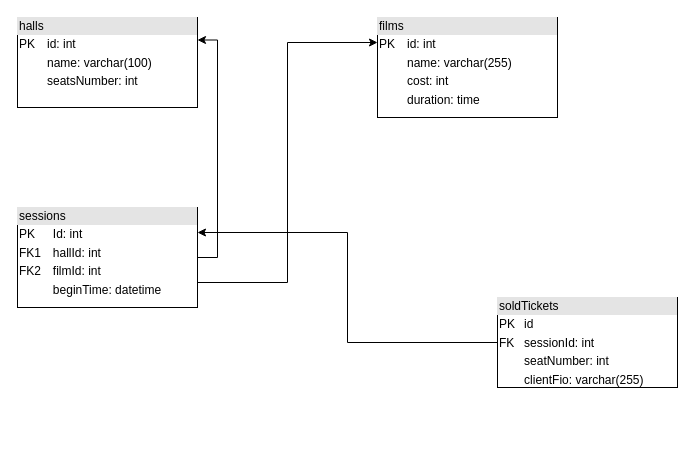
This is cinema_database_uml_diagram.drawio from otusteamedu/PHP_2023, a draw.io file, before an edit. Source tidied: cells renumbered, new cells numbered last; positions are measured from the earlier drawing's top-left corner, leaving out a move shared by most shapes. Both pictures are drawn from the tidied source at 100%, with x=0, y=0 at pixel (17, 17).
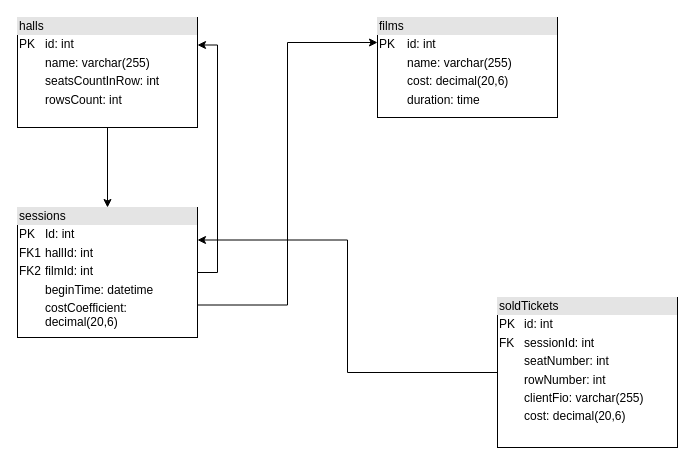
Above is the later version.

Commit message (it also covers changes not shown here):
Доработал схему БД и переделал запрос на получение самого прибыльного фильма

Diff of the diagram source:
```diff
@@
 <mxGraphModel>
   <root>
     <mxCell id="0" />
     <mxCell id="1" parent="0" />
+    <mxCell id="9" style="edgeStyle=orthogonalEdgeStyle;rounded=0;jettySize=auto;html=1;" parent="1" edge="1" source="2" target="6">
+      <mxGeometry relative="1" as="geometry" />
+    </mxCell>
-    <mxCell id="2" value="&lt;div style=&quot;box-sizing:border-box;width:100%;background:#e4e4e4;padding:2px;&quot;&gt;halls&lt;/div&gt;&lt;table style=&quot;width:100%;font-size:1em;&quot; cellpadding=&quot;2&quot; cellspacing=&quot;0&quot;&gt;&lt;tbody&gt;&lt;tr&gt;&lt;td&gt;PK&lt;/td&gt;&lt;td&gt;id: int&lt;/td&gt;&lt;/tr&gt;&lt;tr&gt;&lt;td&gt;&lt;br&gt;&lt;/td&gt;&lt;td&gt;name: varchar(100)&lt;/td&gt;&lt;/tr&gt;&lt;tr&gt;&lt;td&gt;&lt;/td&gt;&lt;td&gt;seatsNumber: int&lt;/td&gt;&lt;/tr&gt;&lt;/tbody&gt;&lt;/table&gt;" style="verticalAlign=top;align=left;overflow=fill;html=1;whiteSpace=wrap;" parent="1" vertex="1">
-      <mxGeometry width="180" height="90" as="geometry" />
+    <mxCell id="2" value="&lt;div style=&quot;box-sizing:border-box;width:100%;background:#e4e4e4;padding:2px;&quot;&gt;halls&lt;/div&gt;&lt;table style=&quot;width:100%;font-size:1em;&quot; cellpadding=&quot;2&quot; cellspacing=&quot;0&quot;&gt;&lt;tbody&gt;&lt;tr&gt;&lt;td&gt;PK&lt;/td&gt;&lt;td&gt;id: int&lt;/td&gt;&lt;/tr&gt;&lt;tr&gt;&lt;td&gt;&lt;br&gt;&lt;/td&gt;&lt;td&gt;name: varchar(255)&lt;/td&gt;&lt;/tr&gt;&lt;tr&gt;&lt;td&gt;&lt;/td&gt;&lt;td&gt;seatsCountInRow: int&lt;/td&gt;&lt;/tr&gt;&lt;tr&gt;&lt;td&gt;&lt;br&gt;&lt;/td&gt;&lt;td&gt;rowsCount: int&lt;br&gt;&lt;/td&gt;&lt;/tr&gt;&lt;/tbody&gt;&lt;/table&gt;" style="verticalAlign=top;align=left;overflow=fill;html=1;whiteSpace=wrap;" parent="1" vertex="1">
+      <mxGeometry width="180" height="110" as="geometry" />
     </mxCell>
-    <mxCell id="3" value="&lt;div style=&quot;box-sizing:border-box;width:100%;background:#e4e4e4;padding:2px;&quot;&gt;films&lt;/div&gt;&lt;table style=&quot;width:100%;font-size:1em;&quot; cellpadding=&quot;2&quot; cellspacing=&quot;0&quot;&gt;&lt;tbody&gt;&lt;tr&gt;&lt;td&gt;PK&lt;/td&gt;&lt;td&gt;id: int&lt;/td&gt;&lt;/tr&gt;&lt;tr&gt;&lt;td&gt;&lt;br&gt;&lt;/td&gt;&lt;td&gt;name: varchar(255)&lt;/td&gt;&lt;/tr&gt;&lt;tr&gt;&lt;td&gt;&lt;/td&gt;&lt;td&gt;cost: int&lt;br&gt;&lt;/td&gt;&lt;/tr&gt;&lt;tr&gt;&lt;td&gt;&lt;br&gt;&lt;/td&gt;&lt;td&gt;duration: time&lt;/td&gt;&lt;/tr&gt;&lt;/tbody&gt;&lt;/table&gt;" style="verticalAlign=top;align=left;overflow=fill;html=1;whiteSpace=wrap;" parent="1" vertex="1">
+    <mxCell id="3" value="&lt;div style=&quot;box-sizing:border-box;width:100%;background:#e4e4e4;padding:2px;&quot;&gt;films&lt;/div&gt;&lt;table style=&quot;width:100%;font-size:1em;&quot; cellpadding=&quot;2&quot; cellspacing=&quot;0&quot;&gt;&lt;tbody&gt;&lt;tr&gt;&lt;td&gt;PK&lt;/td&gt;&lt;td&gt;id: int&lt;/td&gt;&lt;/tr&gt;&lt;tr&gt;&lt;td&gt;&lt;br&gt;&lt;/td&gt;&lt;td&gt;name: varchar(255)&lt;/td&gt;&lt;/tr&gt;&lt;tr&gt;&lt;td&gt;&lt;/td&gt;&lt;td&gt;cost: decimal(20,6)&lt;br&gt;&lt;/td&gt;&lt;/tr&gt;&lt;tr&gt;&lt;td&gt;&lt;br&gt;&lt;/td&gt;&lt;td&gt;duration: time&lt;/td&gt;&lt;/tr&gt;&lt;/tbody&gt;&lt;/table&gt;" style="verticalAlign=top;align=left;overflow=fill;html=1;whiteSpace=wrap;" parent="1" vertex="1">
       <mxGeometry x="360" width="180" height="100" as="geometry" />
     </mxCell>
     <mxCell id="4" style="edgeStyle=orthogonalEdgeStyle;rounded=0;jettySize=auto;html=1;exitX=1;exitY=0.5;exitDx=0;exitDy=0;entryX=1;entryY=0.25;entryDx=0;entryDy=0;" parent="1" edge="1" source="6" target="2">
       <mxGeometry relative="1" as="geometry" />
     </mxCell>
     <mxCell id="5" style="edgeStyle=orthogonalEdgeStyle;rounded=0;jettySize=auto;html=1;exitX=1;exitY=0.75;exitDx=0;exitDy=0;entryX=0;entryY=0.25;entryDx=0;entryDy=0;" parent="1" edge="1" source="6" target="3">
       <mxGeometry relative="1" as="geometry" />
     </mxCell>
-    <mxCell id="6" value="&lt;div style=&quot;box-sizing:border-box;width:100%;background:#e4e4e4;padding:2px;&quot;&gt;sessions&lt;/div&gt;&lt;table style=&quot;width:100%;font-size:1em;&quot; cellpadding=&quot;2&quot; cellspacing=&quot;0&quot;&gt;&lt;tbody&gt;&lt;tr&gt;&lt;td&gt;PK&lt;/td&gt;&lt;td&gt;Id: int&lt;/td&gt;&lt;/tr&gt;&lt;tr&gt;&lt;td&gt;FK1&lt;/td&gt;&lt;td&gt;hallId: int&lt;/td&gt;&lt;/tr&gt;&lt;tr&gt;&lt;td&gt;FK2&lt;/td&gt;&lt;td&gt;filmId: int&lt;br&gt;&lt;/td&gt;&lt;/tr&gt;&lt;tr&gt;&lt;td&gt;&lt;br&gt;&lt;/td&gt;&lt;td&gt;beginTime: datetime&lt;/td&gt;&lt;/tr&gt;&lt;tr&gt;&lt;td&gt;&lt;br&gt;&lt;/td&gt;&lt;td&gt;&lt;br&gt;&lt;/td&gt;&lt;/tr&gt;&lt;tr&gt;&lt;td&gt;&lt;br&gt;&lt;/td&gt;&lt;td&gt;&lt;br&gt;&lt;/td&gt;&lt;/tr&gt;&lt;tr&gt;&lt;td&gt;&lt;br&gt;&lt;/td&gt;&lt;td&gt;&lt;br&gt;&lt;/td&gt;&lt;/tr&gt;&lt;/tbody&gt;&lt;/table&gt;" style="verticalAlign=top;align=left;overflow=fill;html=1;whiteSpace=wrap;" parent="1" vertex="1">
-      <mxGeometry y="190" width="180" height="100" as="geometry" />
+    <mxCell id="6" value="&lt;div style=&quot;box-sizing:border-box;width:100%;background:#e4e4e4;padding:2px;&quot;&gt;sessions&lt;/div&gt;&lt;table style=&quot;width:100%;font-size:1em;&quot; cellpadding=&quot;2&quot; cellspacing=&quot;0&quot;&gt;&lt;tbody&gt;&lt;tr&gt;&lt;td&gt;PK&lt;/td&gt;&lt;td&gt;Id: int&lt;/td&gt;&lt;/tr&gt;&lt;tr&gt;&lt;td&gt;FK1&lt;/td&gt;&lt;td&gt;hallId: int&lt;/td&gt;&lt;/tr&gt;&lt;tr&gt;&lt;td&gt;FK2&lt;/td&gt;&lt;td&gt;filmId: int&lt;br&gt;&lt;/td&gt;&lt;/tr&gt;&lt;tr&gt;&lt;td&gt;&lt;br&gt;&lt;/td&gt;&lt;td&gt;beginTime: datetime&lt;/td&gt;&lt;/tr&gt;&lt;tr&gt;&lt;td&gt;&lt;br&gt;&lt;/td&gt;&lt;td&gt;costCoefficient: decimal(20,6)&lt;/td&gt;&lt;/tr&gt;&lt;tr&gt;&lt;td&gt;&lt;br&gt;&lt;/td&gt;&lt;td&gt;&lt;br&gt;&lt;/td&gt;&lt;/tr&gt;&lt;tr&gt;&lt;td&gt;&lt;br&gt;&lt;/td&gt;&lt;td&gt;&lt;br&gt;&lt;/td&gt;&lt;/tr&gt;&lt;/tbody&gt;&lt;/table&gt;" style="verticalAlign=top;align=left;overflow=fill;html=1;whiteSpace=wrap;" parent="1" vertex="1">
+      <mxGeometry y="190" width="180" height="130" as="geometry" />
     </mxCell>
     <mxCell id="7" style="edgeStyle=orthogonalEdgeStyle;rounded=0;jettySize=auto;html=1;exitX=0;exitY=0.5;exitDx=0;exitDy=0;entryX=1;entryY=0.25;entryDx=0;entryDy=0;" parent="1" edge="1" source="8" target="6">
       <mxGeometry relative="1" as="geometry" />
     </mxCell>
-    <mxCell id="8" value="&lt;div style=&quot;box-sizing:border-box;width:100%;background:#e4e4e4;padding:2px;&quot;&gt;soldTickets&lt;/div&gt;&lt;table style=&quot;width:100%;font-size:1em;&quot; cellpadding=&quot;2&quot; cellspacing=&quot;0&quot;&gt;&lt;tbody&gt;&lt;tr&gt;&lt;td&gt;PK&lt;/td&gt;&lt;td&gt;id&lt;/td&gt;&lt;/tr&gt;&lt;tr&gt;&lt;td&gt;FK&lt;/td&gt;&lt;td&gt;sessionId: int&lt;/td&gt;&lt;/tr&gt;&lt;tr&gt;&lt;td&gt;&lt;/td&gt;&lt;td&gt;seatNumber: int&lt;br&gt;&lt;/td&gt;&lt;/tr&gt;&lt;tr&gt;&lt;td&gt;&lt;br&gt;&lt;/td&gt;&lt;td&gt;clientFio: varchar(255)&lt;/td&gt;&lt;/tr&gt;&lt;/tbody&gt;&lt;/table&gt;" style="verticalAlign=top;align=left;overflow=fill;html=1;whiteSpace=wrap;" parent="1" vertex="1">
-      <mxGeometry x="480" y="280" width="180" height="90" as="geometry" />
+    <mxCell id="8" value="&lt;div style=&quot;box-sizing:border-box;width:100%;background:#e4e4e4;padding:2px;&quot;&gt;soldTickets&lt;/div&gt;&lt;table style=&quot;width:100%;font-size:1em;&quot; cellpadding=&quot;2&quot; cellspacing=&quot;0&quot;&gt;&lt;tbody&gt;&lt;tr&gt;&lt;td&gt;PK&lt;/td&gt;&lt;td&gt;id: int&lt;/td&gt;&lt;/tr&gt;&lt;tr&gt;&lt;td&gt;FK&lt;/td&gt;&lt;td&gt;sessionId: int&lt;/td&gt;&lt;/tr&gt;&lt;tr&gt;&lt;td&gt;&lt;/td&gt;&lt;td&gt;seatNumber: int&lt;br&gt;&lt;/td&gt;&lt;/tr&gt;&lt;tr&gt;&lt;td&gt;&lt;br&gt;&lt;/td&gt;&lt;td&gt;rowNumber: int&lt;/td&gt;&lt;/tr&gt;&lt;tr&gt;&lt;td&gt;&lt;br&gt;&lt;/td&gt;&lt;td&gt;clientFio: varchar(255)&lt;br&gt;&lt;/td&gt;&lt;/tr&gt;&lt;tr&gt;&lt;td&gt;&lt;br&gt;&lt;/td&gt;&lt;td&gt;cost:&amp;nbsp;decimal(20,6)&lt;/td&gt;&lt;/tr&gt;&lt;/tbody&gt;&lt;/table&gt;" style="verticalAlign=top;align=left;overflow=fill;html=1;whiteSpace=wrap;" parent="1" vertex="1">
+      <mxGeometry x="480" y="280" width="180" height="150" as="geometry" />
     </mxCell>
   </root>
 </mxGraphModel>
```
